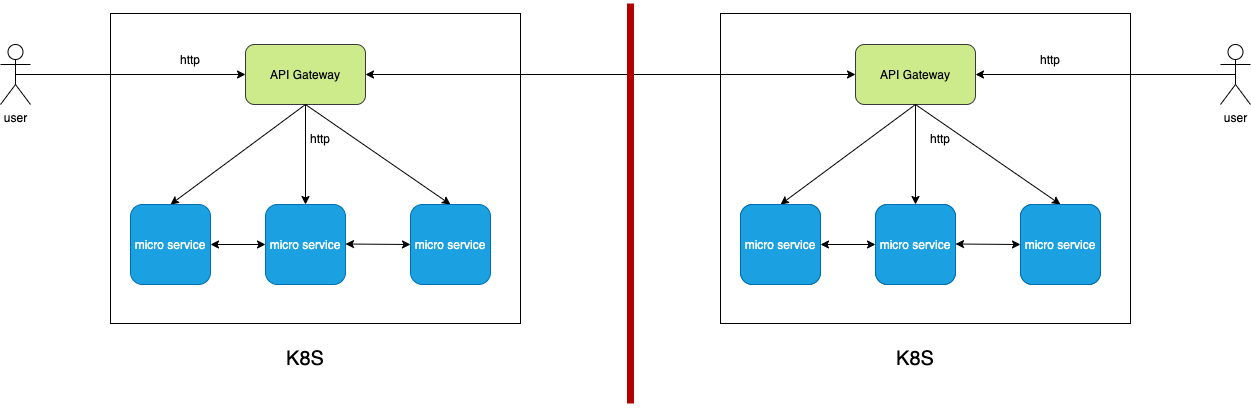
The draw.io diagram Untitled Diagram.drawio.png in tyb917/Lshop, before a commit. Source tidied: cells renumbered, new cells last; positions are measured from the earlier drawing's top-left corner, leaving out a move shared by most shapes.
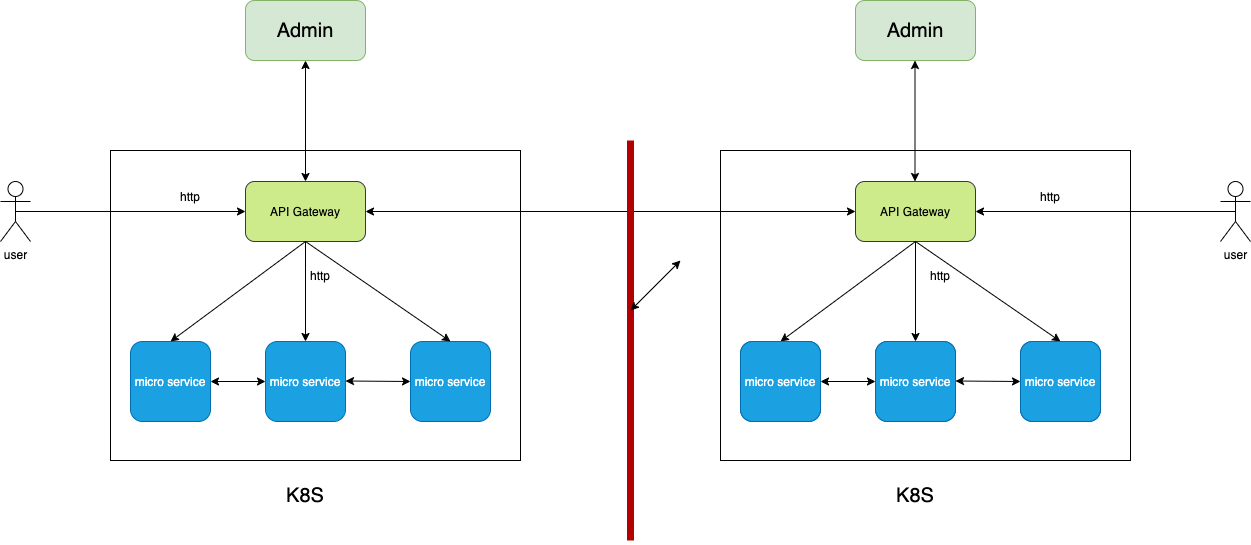
The same file after the commit.

What changed in the source:
```diff
@@ -114,5 +114,28 @@
     <mxCell id="36" value="&lt;font style=&quot;font-size: 20px&quot;&gt;K8S&lt;/font&gt;" style="text;html=1;strokeColor=none;fillColor=none;align=center;verticalAlign=middle;whiteSpace=wrap;rounded=0;" parent="1" vertex="1">
       <mxGeometry x="885" y="340" width="60" height="30" as="geometry" />
     </mxCell>
+    <mxCell id="37" style="endArrow=classic;startArrow=classic;html=1;rounded=0;fontSize=20;strokeWidth=1;" parent="1" edge="1">
+      <mxGeometry relative="1" as="geometry">
+        <mxPoint x="630" y="170" as="sourcePoint" />
+        <mxPoint x="680" y="120" as="targetPoint" />
+      </mxGeometry>
+    </mxCell>
+    <mxCell id="38" style="endArrow=classic;startArrow=classic;html=1;rounded=0;fontSize=20;strokeWidth=1;exitX=0.5;exitY=0;exitDx=0;exitDy=0;" parent="1" edge="1" source="3">
+      <mxGeometry relative="1" as="geometry">
+        <mxPoint x="305" y="-80" as="targetPoint" />
+      </mxGeometry>
+    </mxCell>
+    <mxCell id="39" value="Admin" style="rounded=1;whiteSpace=wrap;html=1;fontSize=20;fillColor=#d5e8d4;strokeColor=#82b366;" parent="1" vertex="1">
+      <mxGeometry x="245" y="-140" width="120" height="60" as="geometry" />
+    </mxCell>
+    <mxCell id="40" value="Admin" style="rounded=1;whiteSpace=wrap;html=1;fontSize=20;fillColor=#d5e8d4;strokeColor=#82b366;" parent="1" vertex="1">
+      <mxGeometry x="855" y="-140" width="120" height="60" as="geometry" />
+    </mxCell>
+    <mxCell id="41" style="endArrow=classic;startArrow=classic;html=1;rounded=0;fontSize=20;strokeWidth=1;exitX=0.5;exitY=0;exitDx=0;exitDy=0;" parent="1" edge="1">
+      <mxGeometry relative="1" as="geometry">
+        <mxPoint x="914.5" y="41" as="sourcePoint" />
+        <mxPoint x="914.5" y="-80" as="targetPoint" />
+      </mxGeometry>
+    </mxCell>
   </root>
 </mxGraphModel>
```
